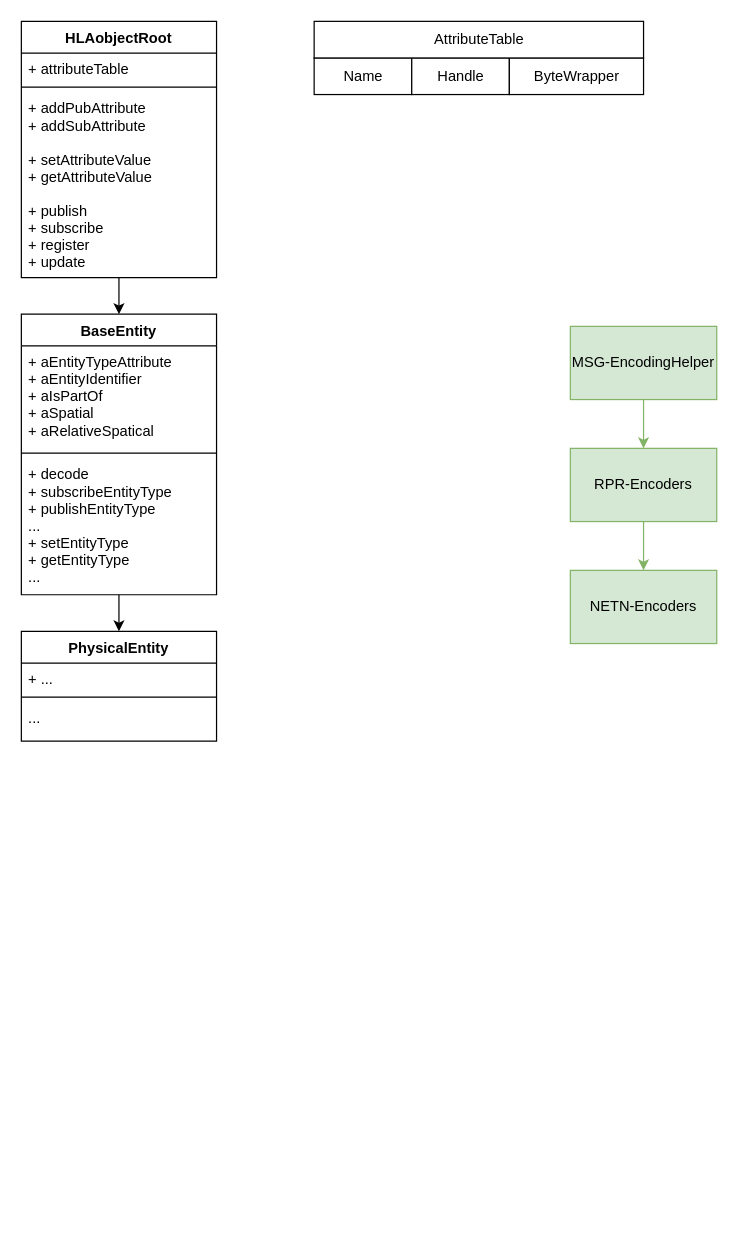
Earlier version of the draw.io diagram docs/src/images/encoding-helper.drawio (IVCTool/TS_RPR_FOM). Source tidied: cells renumbered, new cells numbered last; positions are measured from the earlier drawing's top-left corner, leaving out a move shared by most shapes. Both pictures are drawn from the tidied source at 122%, with x=0, y=0 at pixel (21, 21).
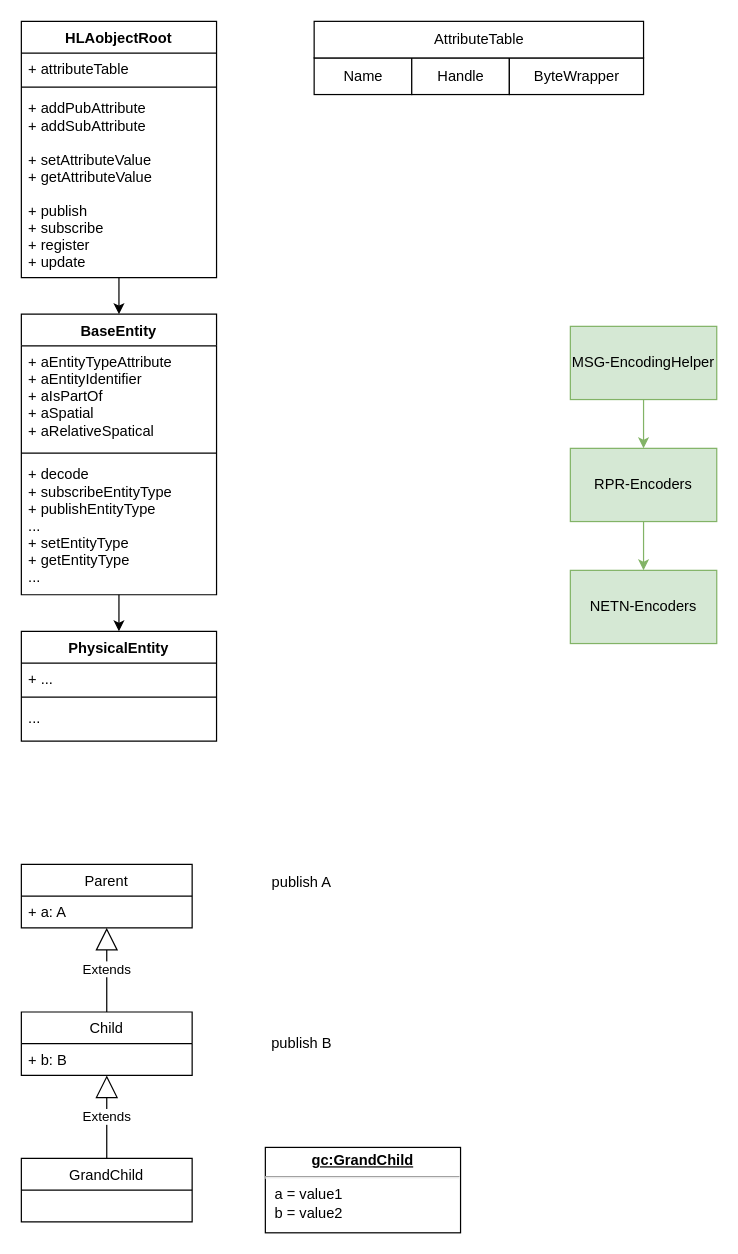
Above is the later version.

Diff of the diagram source:
```diff
@@
+    <mxCell id="25" value="Parent" style="swimlane;fontStyle=0;horizontal=1;startSize=26;fillColor=none;" parent="1" vertex="1">
+      <mxGeometry y="691" width="140" height="52" as="geometry" />
+    </mxCell>
+    <mxCell id="26" value="+ a: A" style="text;strokeColor=none;fillColor=none;align=left;verticalAlign=top;spacingLeft=4;spacingRight=4;overflow=hidden;" parent="25" vertex="1">
+      <mxGeometry y="26" width="140" height="26" as="geometry" />
+    </mxCell>
+    <mxCell id="27" value="Child" style="swimlane;fontStyle=0;horizontal=1;startSize=26;fillColor=none;" parent="1" vertex="1">
+      <mxGeometry y="812" width="140" height="52" as="geometry" />
+    </mxCell>
+    <mxCell id="28" value="+ b: B" style="text;strokeColor=none;fillColor=none;align=left;verticalAlign=top;spacingLeft=4;spacingRight=4;overflow=hidden;" parent="27" vertex="1">
+      <mxGeometry y="26" width="140" height="26" as="geometry" />
+    </mxCell>
+    <mxCell id="29" value="GrandChild" style="swimlane;fontStyle=0;horizontal=1;startSize=26;fillColor=none;" parent="1" vertex="1">
+      <mxGeometry y="932" width="140" height="52" as="geometry" />
+    </mxCell>
+    <mxCell id="30" value="publish A" style="text;html=1;strokeColor=none;fillColor=none;align=center;verticalAlign=middle;whiteSpace=wrap;rounded=0;" parent="1" vertex="1">
+      <mxGeometry x="200" y="691" width="60" height="30" as="geometry" />
+    </mxCell>
+    <mxCell id="31" value="publish B" style="text;html=1;strokeColor=none;fillColor=none;align=center;verticalAlign=middle;whiteSpace=wrap;rounded=0;" parent="1" vertex="1">
+      <mxGeometry x="200" y="823" width="60" height="30" as="geometry" />
+    </mxCell>
+    <mxCell id="32" value="&lt;p style=&quot;margin: 0px ; margin-top: 4px ; text-align: center ; text-decoration: underline&quot;&gt;&lt;b&gt;gc:GrandChild&lt;/b&gt;&lt;/p&gt;&lt;hr&gt;&lt;p style=&quot;margin: 0px ; margin-left: 8px&quot;&gt;a = value1&lt;br&gt;b = value2&lt;br&gt;&lt;/p&gt;" style="verticalAlign=top;align=left;overflow=fill;fontSize=12;fontFamily=Helvetica;html=1;" parent="1" vertex="1">
+      <mxGeometry x="200" y="923" width="160" height="70" as="geometry" />
+    </mxCell>
+    <mxCell id="33" value="Extends" style="endArrow=block;endSize=16;endFill=0;html=1;" parent="1" edge="1" source="27" target="25">
+      <mxGeometry relative="1" as="geometry" />
+    </mxCell>
+    <mxCell id="34" value="Extends" style="endArrow=block;endSize=16;endFill=0;html=1;" parent="1" edge="1" source="29" target="27">
+      <mxGeometry relative="1" as="geometry" />
+    </mxCell>
```
